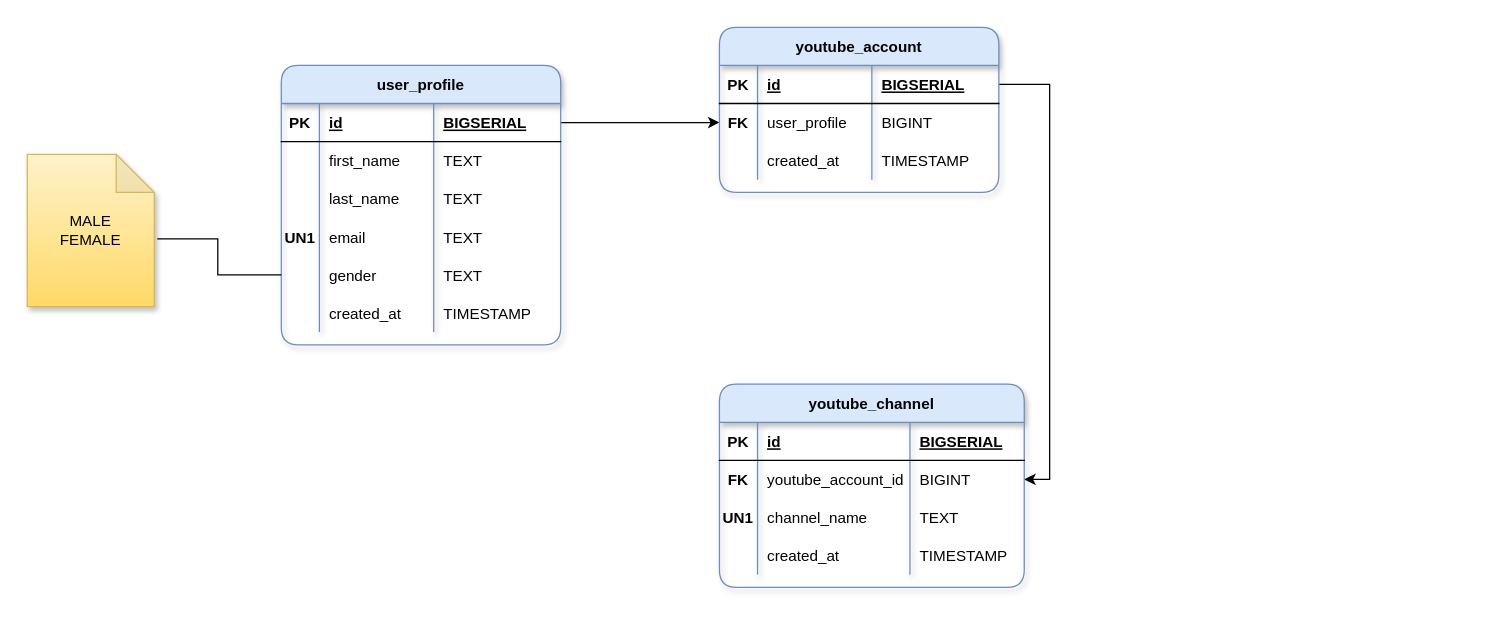
Earlier version of the draw.io diagram page "ERD" (3 of 3) of ERD/Youtube Database Design.drawio (osman-software-engineer/sql-project-3). Source tidied: cells renumbered, new cells numbered last; positions are measured from the earlier drawing's top-left corner, leaving out a move shared by most shapes. Both pictures are drawn from the tidied source at 127%, with x=0, y=0 at pixel (27, 27).
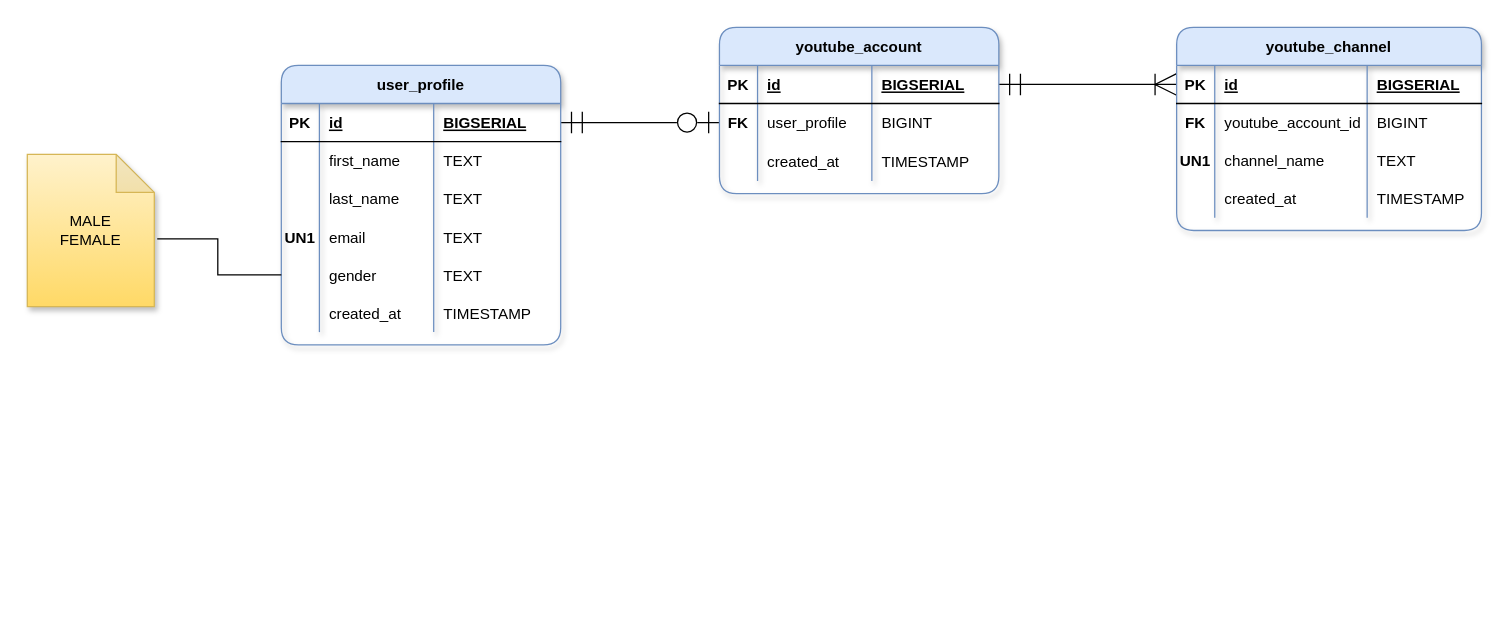
Above is the later version.

The change refers to these unchanged cells:
```xml
<mxCell id="4" style="shape=tableRow;horizontal=0;startSize=0;swimlaneHead=0;swimlaneBody=0;fillColor=none;points=[[0,0.5],[1,0.5]];portConstraint=eastwest;top=0;left=0;right=0;bottom=1;" parent="3" vertex="1">
  <mxGeometry y="30" width="220" height="30" as="geometry" />
</mxCell>
<mxCell id="32" style="shape=tableRow;horizontal=0;startSize=0;swimlaneHead=0;swimlaneBody=0;fillColor=none;points=[[0,0.5],[1,0.5]];portConstraint=eastwest;top=0;left=0;right=0;bottom=1;" parent="31" vertex="1">
  <mxGeometry y="30" width="220" height="30" as="geometry" />
</mxCell>
<mxCell id="36" style="shape=tableRow;horizontal=0;startSize=0;swimlaneHead=0;swimlaneBody=0;fillColor=none;points=[[0,0.5],[1,0.5]];portConstraint=eastwest;top=0;left=0;right=0;bottom=0;" parent="31" vertex="1">
  <mxGeometry y="60" width="220" height="30" as="geometry" />
</mxCell>
<mxCell id="45" style="shape=tableRow;horizontal=0;startSize=0;swimlaneHead=0;swimlaneBody=0;fillColor=none;points=[[0,0.5],[1,0.5]];portConstraint=eastwest;top=0;left=0;right=0;bottom=1;" parent="44" vertex="1">
  <mxGeometry y="30" width="240" height="30" as="geometry" />
</mxCell>
<mxCell id="49" style="shape=tableRow;horizontal=0;startSize=0;swimlaneHead=0;swimlaneBody=0;fillColor=none;points=[[0,0.5],[1,0.5]];portConstraint=eastwest;top=0;left=0;right=0;bottom=0;" parent="44" vertex="1">
  <mxGeometry y="60" width="240" height="30" as="geometry" />
</mxCell>
```

The edit, as a diff of the source:
```diff
@@
-    <mxCell id="2" style="edgeStyle=orthogonalEdgeStyle;rounded=0;jettySize=auto;html=1;entryX=0;entryY=0.5;entryDx=0;entryDy=0;exitX=1;exitY=0.5;exitDx=0;exitDy=0;" parent="1" edge="1" source="4" target="36">
+    <mxCell id="2" style="edgeStyle=orthogonalEdgeStyle;rounded=0;jettySize=auto;html=1;entryX=0;entryY=0.5;entryDx=0;entryDy=0;exitX=1;exitY=0.5;exitDx=0;exitDy=0;endArrow=ERzeroToOne;endFill=0;startArrow=ERmandOne;startFill=0;endSize=15;startSize=15;" parent="1" edge="1" source="4" target="36">
       <mxGeometry relative="1" as="geometry" />
     </mxCell>
@@
-    <mxCell id="30" style="edgeStyle=orthogonalEdgeStyle;rounded=0;jettySize=auto;html=1;entryX=1;entryY=0.5;entryDx=0;entryDy=0;exitX=1;exitY=0.5;exitDx=0;exitDy=0;" parent="1" edge="1" source="32" target="49">
+    <mxCell id="30" style="edgeStyle=orthogonalEdgeStyle;rounded=0;jettySize=auto;html=1;exitX=1;exitY=0.5;exitDx=0;exitDy=0;endArrow=ERoneToMany;endFill=0;endSize=15;startArrow=ERmandOne;startFill=0;startSize=15;entryX=0;entryY=0.5;entryDx=0;entryDy=0;" parent="1" edge="1" source="32" target="45">
       <mxGeometry relative="1" as="geometry" />
     </mxCell>
     <mxCell id="31" value="youtube_account" style="shape=table;startSize=30;childLayout=tableLayout;rowLines=0;fontStyle=1;align=center;rounded=1;swimlaneLine=1;fillColor=#dae8fc;strokeColor=#6c8ebf;shadow=1;sketch=0;" parent="1" vertex="1">
-      <mxGeometry x="545" width="220" height="130" as="geometry" />
+      <mxGeometry x="545" width="220" height="131" as="geometry" />
     </mxCell>
@@
     <mxCell id="40" style="shape=tableRow;horizontal=0;startSize=0;swimlaneHead=0;swimlaneBody=0;fillColor=none;top=0;left=0;right=0;bottom=0;" parent="31" vertex="1">
-      <mxGeometry y="90" width="220" height="30" as="geometry" />
+      <mxGeometry y="90" width="220" height="31" as="geometry" />
     </mxCell>
     <mxCell id="41" style="shape=partialRectangle;fillColor=none;top=0;left=0;bottom=0;right=0;overflow=hidden;" parent="40" vertex="1">
-      <mxGeometry width="30" height="30" as="geometry" />
+      <mxGeometry width="30" height="31" as="geometry" />
     </mxCell>
     <mxCell id="42" value="created_at" style="shape=partialRectangle;fillColor=none;top=0;left=0;bottom=0;right=0;align=left;spacingLeft=6;overflow=hidden;" parent="40" vertex="1">
-      <mxGeometry x="30" width="90" height="30" as="geometry" />
+      <mxGeometry x="30" width="90" height="31" as="geometry" />
     </mxCell>
     <mxCell id="43" value="TIMESTAMP" style="shape=partialRectangle;fillColor=none;top=0;left=0;bottom=0;right=0;align=left;spacingLeft=6;overflow=hidden;" parent="40" vertex="1">
-      <mxGeometry x="120" width="100" height="30" as="geometry" />
+      <mxGeometry x="120" width="100" height="31" as="geometry" />
     </mxCell>
     <mxCell id="44" value="youtube_channel" style="shape=table;startSize=30;childLayout=tableLayout;rowLines=0;fontStyle=1;align=center;rounded=1;swimlaneLine=1;fillColor=#dae8fc;strokeColor=#6c8ebf;shadow=1;sketch=0;" parent="1" vertex="1">
-      <mxGeometry x="545" y="281" width="240" height="160" as="geometry" />
+      <mxGeometry x="905" width="240" height="160" as="geometry" />
     </mxCell>
```
